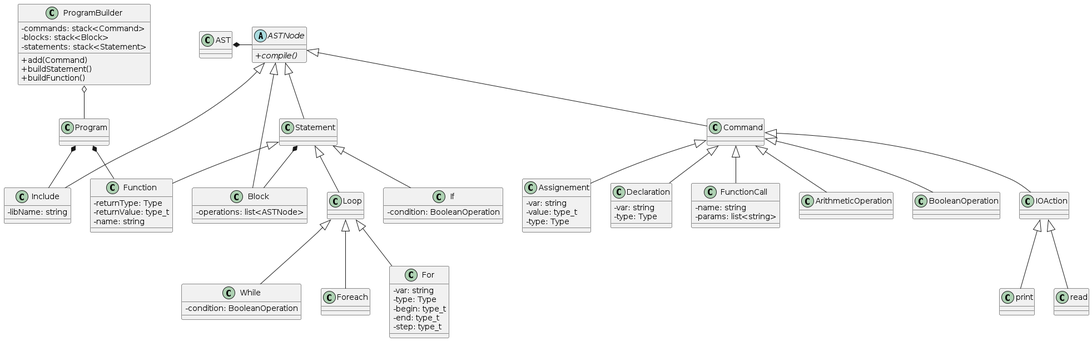
drfailer/projet-zz2 keeps this PlantUML diagram as ressources/diagrams/ast.png. Above is the earlier version.
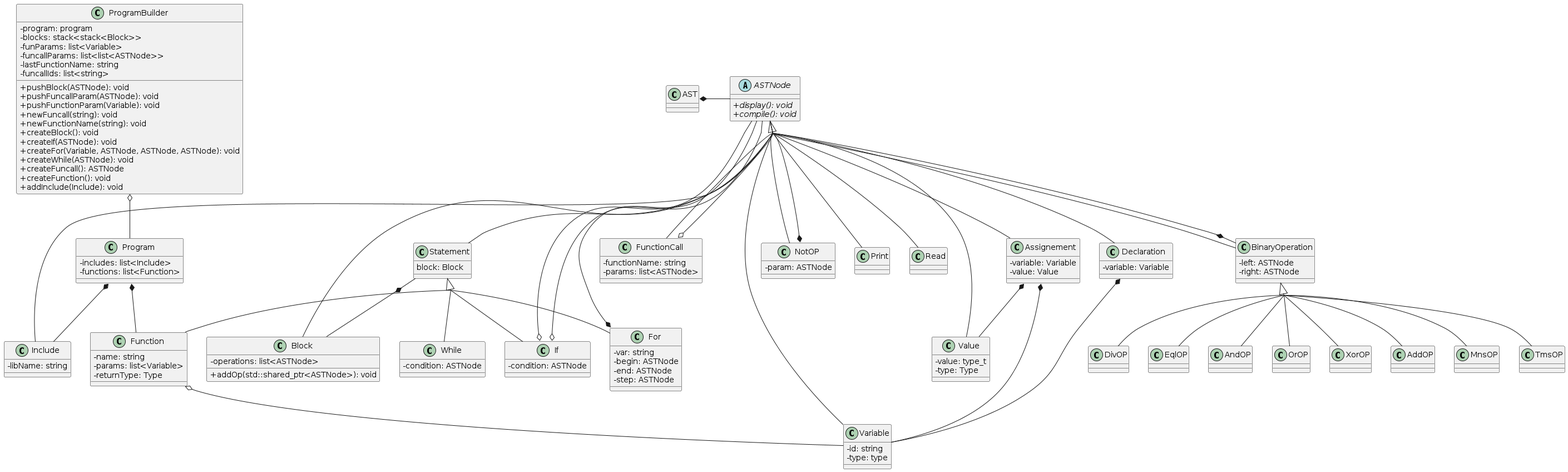
Above is the later version.

Commit message:
update ast diagram

Diff of the diagram source:
```diff
@@ -1,94 +1,145 @@
 @startuml
 skinparam classAttributeIconSize 0
-
-class ProgramBuilder {
-  -commands: stack<Command>
-  -blocks: stack<Block>
-  -statements: stack<Statement>
-  +add(Command)
-  +buildStatement()
-  +buildFunction()
-}
-
-ProgramBuilder o-- Program
+skinparam groupInheritance 3
 
 AST *- ASTNode
 
 abstract class ASTNode {
-+ {abstract} compile()
+  + {abstract} display(): void
+  + {abstract} compile(): void
 }
 
 class Block {
   -operations: list<ASTNode>
+  +addOp(std::shared_ptr<ASTNode>): void
 }
 
 class Include {
   -libName: string
 }
 
-class Assignement {
-  -var: string
+ASTNode <|-- Value
+class Value {
   -value: type_t
   -type: Type
 }
 
-class Declaration {
-  -var: string
-  -type: Type
+ASTNode <|-- Variable
+class Variable {
+  -id: string
+  -type: type
 }
 
-class FunctionCall {
-  -name: string
-  -params: list<string>
+Assignement *-- Variable
+Assignement *-- Value
+class Assignement {
+  -variable: Variable
+  -value: Value
 }
 
-class Function {
-  -returnType: Type
-  -returnValue: type_t
-  -name: string
+Declaration *-- Variable
+class Declaration {
+  -variable: Variable
 }
 
-class If {
-  -condition: BooleanOperation
+FunctionCall o-- ASTNode
+class FunctionCall {
+  -functionName: string
+  -params: list<ASTNode>
 }
 
+Statement *-- Block
+class Statement {
+  block: Block
+}
+
+Statement <|-- Function
+Function o-- Variable
+class Function {
+  -name: string
+  -params: list<Variable>
+  -returnType: Type
+}
+
+Statement <|-- If
+If o-- ASTNode
+class If {
+  -condition: ASTNode
+}
+
+Statement <|-- For
+For *-- ASTNode
 class For {
   -var: string
-  -type: Type
-  -begin: type_t
-  -end: type_t
-  -step: type_t
+  -begin: ASTNode
+  -end: ASTNode
+  -step: ASTNode
 }
 
+Statement <|-- While
+If o-- ASTNode
 class While {
-  -condition: BooleanOperation
+  -condition: ASTNode
+}
+
+ASTNode <|-- BinaryOperation
+BinaryOperation *-- ASTNode
+class BinaryOperation {
+  -left: ASTNode
+  -right: ASTNode
+}
+
+BinaryOperation <|-- AddOP
+BinaryOperation <|-- MnsOP
+BinaryOperation <|-- TmsOP
+BinaryOperation <|-- DivOP
+BinaryOperation <|-- EqlOP
+BinaryOperation <|-- AndOP
+BinaryOperation <|-- OrOP
+BinaryOperation <|-- XorOP
+
+ASTNode <|-- NotOP
+NotOP *-- ASTNode
+class NotOP {
+  -param: ASTNode
 }
 
 ASTNode <|-- Statement
-ASTNode <|-- Command
 ASTNode <|-- Include
 ASTNode <|-- Block
+ASTNode <|-- Assignement
+ASTNode <|-- Declaration
+ASTNode <|-- FunctionCall
+ASTNode <|-- Print
+ASTNode <|-- Read
 
-Command <|-- Assignement
-Command <|-- Declaration
-Command <|-- ArithmeticOperation
-Command <|-- BooleanOperation
-Command <|-- FunctionCall
-Command <|-- IOAction
-
-Statement <|-- Loop
-Statement <|-- If
-
-Statement *-- Block
-Statement <|-- Function
-
-Loop <|-- For
-Loop <|-- Foreach
-Loop <|-- While
-
-IOAction <|-- read
-IOAction <|-- print
 
 Program *-- Include
 Program *-- Function
+class Program {
+  -includes: list<Include>
+  -functions: list<Function>
+}
+
+ProgramBuilder o-- Program
+class ProgramBuilder {
+  -program: program
+  -blocks: stack<stack<Block>>
+  -funParams: list<Variable>
+  -funcallParams: list<list<ASTNode>>
+  -lastFunctionName: string
+  -funcallIds: list<string>
+  +pushBlock(ASTNode): void
+  +pushFuncallParam(ASTNode): void
+  +pushFunctionParam(Variable): void
+  +newFuncall(string): void
+  +newFunctionName(string): void
+  +createBlock(): void
+  +createIf(ASTNode): void
+  +createFor(Variable, ASTNode, ASTNode, ASTNode): void
+  +createWhile(ASTNode): void
+  +createFuncall(): ASTNode
+  +createFunction(): void
+  +addInclude(Include): void
+}
 @enduml
```
